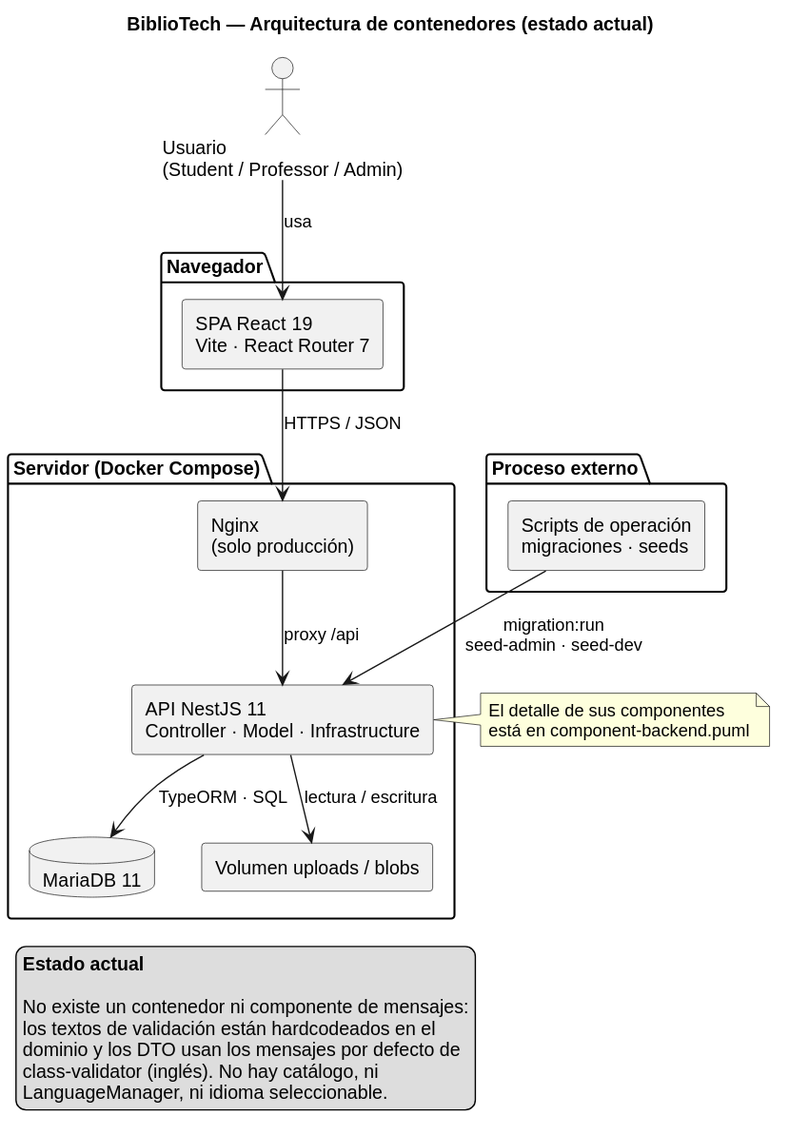
Before: 2026-10-13-laboratorio-validator-module/docs/diagrams/component-architecture.svg, a diagram exported from PlantUML (estebanmatias92/tecnicatura-practicas-profesionalizantes-ii). Its diagram source:
```plantuml
@startuml
title BiblioTech — Arquitectura de contenedores (estado actual)

skinparam componentStyle rectangle
skinparam shadowing false
skinparam nodesep 35
skinparam ranksep 45

actor "Usuario\n(Student / Professor / Admin)" as User

package "Navegador" {
  component "SPA React 19\nVite · React Router 7" as SPA
}

package "Servidor (Docker Compose)" {
  component "Nginx\n(solo producción)" as Nginx
  component "API NestJS 11\nController · Model · Infrastructure" as API
  database "MariaDB 11" as DB
  component "Volumen uploads / blobs" as Uploads
}

package "Proceso externo" {
  component "Scripts de operación\nmigraciones · seeds" as Ops
}

User --> SPA : usa
SPA --> Nginx : HTTPS / JSON
Nginx --> API : proxy /api
API --> DB : TypeORM · SQL
API --> Uploads : lectura / escritura
Ops --> API : migration:run\nseed-admin · seed-dev

note right of API
  El detalle de sus componentes
  está en component-backend.puml
end note

legend bottom left
  **Estado actual**

  No existe un contenedor ni componente de mensajes:
  los textos de validación están hardcodeados en el
  dominio y los DTO usan los mensajes por defecto de
  class-validator (inglés). No hay catálogo, ni
  LanguageManager, ni idioma seleccionable.
endlegend
@enduml
```
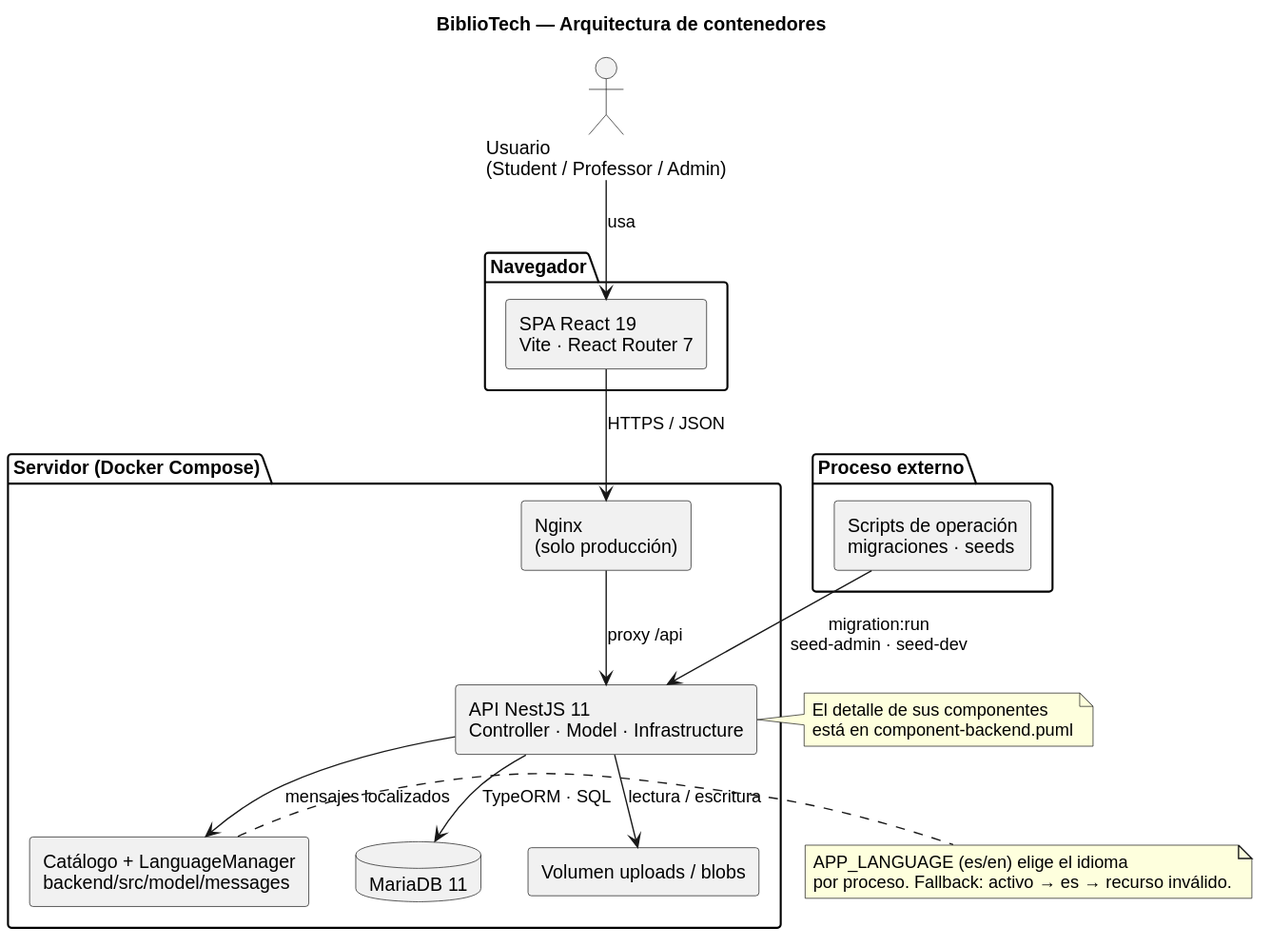
The same file after the commit.

The edit, as a diff of the source:
```diff
@@ -1,5 +1,5 @@
 @startuml
-title BiblioTech — Arquitectura de contenedores (estado actual)
+title BiblioTech — Arquitectura de contenedores
 
 skinparam componentStyle rectangle
 skinparam shadowing false
@@ -17,6 +17,7 @@
   component "API NestJS 11\nController · Model · Infrastructure" as API
   database "MariaDB 11" as DB
   component "Volumen uploads / blobs" as Uploads
+  component "Catálogo + LanguageManager\nbackend/src/model/messages" as Msg
 }
 
 package "Proceso externo" {
@@ -28,20 +29,16 @@
 Nginx --> API : proxy /api
 API --> DB : TypeORM · SQL
 API --> Uploads : lectura / escritura
+API --> Msg : mensajes localizados
 Ops --> API : migration:run\nseed-admin · seed-dev
+
+note right of Msg
+  APP_LANGUAGE (es/en) elige el idioma
+  por proceso. Fallback: activo → es → recurso inválido.
+end note
 
 note right of API
   El detalle de sus componentes
   está en component-backend.puml
 end note
-
-legend bottom left
-  **Estado actual**
-
-  No existe un contenedor ni componente de mensajes:
-  los textos de validación están hardcodeados en el
-  dominio y los DTO usan los mensajes por defecto de
-  class-validator (inglés). No hay catálogo, ni
-  LanguageManager, ni idioma seleccionable.
-endlegend
 @enduml
```
